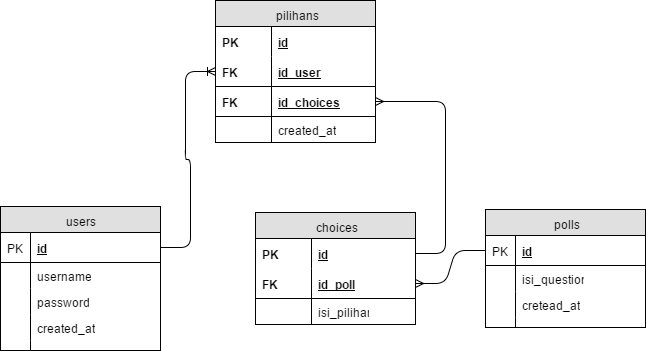
Before: SchemaPolling.png, a diagram exported from draw.io (darwins-fox-2017/schema-polling). Source tidied: cells renumbered, new cells last; positions are measured from the earlier drawing's top-left corner, leaving out a move shared by most shapes.
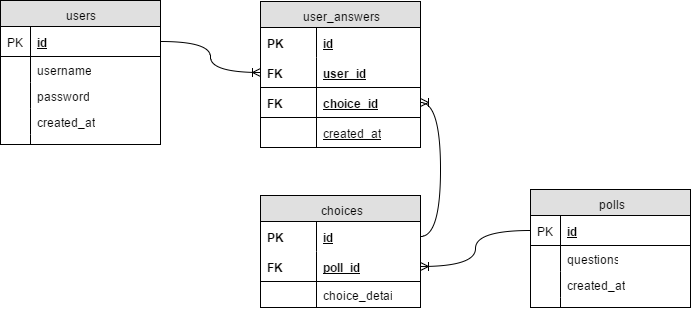
Above is the later version.

Diff of the diagram source:
```diff
@@ -5,3 +5,3 @@
     <mxCell id="2" value="users" style="swimlane;html=1;fontStyle=0;horizontal=1;startSize=26;fillColor=#e0e0e0;swimlaneFillColor=#ffffff;align=center;" parent="1" vertex="1">
-      <mxGeometry y="206" width="160" height="144" as="geometry" />
+      <mxGeometry x="-155" y="-1643" width="160" height="144" as="geometry" />
     </mxCell>
@@ -38,3 +38,3 @@
     <mxCell id="13" value="id" style="shape=partialRectangle;top=0;left=0;right=0;bottom=1;html=1;align=left;verticalAlign=middle;fillColor=none;spacingLeft=34;spacingRight=4;whiteSpace=wrap;overflow=hidden;points=[[0,0.5],[1,0.5]];portConstraint=eastwest;fontStyle=5;" parent="1" vertex="1">
-      <mxGeometry y="232" width="160" height="30" as="geometry" />
+      <mxGeometry x="-155" y="-1617" width="160" height="30" as="geometry" />
     </mxCell>
@@ -44,6 +44,6 @@
     <mxCell id="15" value="PK" style="shape=partialRectangle;top=0;left=0;bottom=0;html=1;fillColor=none;align=left;verticalAlign=middle;spacingLeft=4;spacingRight=4;whiteSpace=wrap;overflow=hidden;" parent="1" vertex="1">
-      <mxGeometry y="232" width="30" height="30" as="geometry" />
+      <mxGeometry x="-155" y="-1617" width="30" height="30" as="geometry" />
     </mxCell>
     <mxCell id="16" value="username" style="shape=partialRectangle;top=0;left=0;right=0;bottom=0;html=1;align=left;verticalAlign=top;fillColor=none;spacingLeft=34;spacingRight=4;whiteSpace=wrap;overflow=hidden;" parent="1" vertex="1">
-      <mxGeometry y="262" width="160" height="26" as="geometry" />
+      <mxGeometry x="-155" y="-1587" width="160" height="26" as="geometry" />
     </mxCell>
@@ -53,6 +53,6 @@
     <mxCell id="18" style="shape=partialRectangle;top=0;left=0;bottom=0;html=1;fillColor=none;align=left;verticalAlign=top;spacingLeft=4;spacingRight=4;whiteSpace=wrap;overflow=hidden;" parent="1" vertex="1">
-      <mxGeometry y="262" width="30" height="26" as="geometry" />
+      <mxGeometry x="-155" y="-1587" width="30" height="26" as="geometry" />
     </mxCell>
     <mxCell id="19" value="password" style="shape=partialRectangle;top=0;left=0;right=0;bottom=0;html=1;align=left;verticalAlign=top;fillColor=none;spacingLeft=34;spacingRight=4;whiteSpace=wrap;overflow=hidden;" parent="1" vertex="1">
-      <mxGeometry y="288" width="160" height="26" as="geometry" />
+      <mxGeometry x="-155" y="-1561" width="160" height="26" as="geometry" />
     </mxCell>
@@ -62,6 +62,6 @@
     <mxCell id="21" style="shape=partialRectangle;top=0;left=0;bottom=0;html=1;fillColor=none;align=left;verticalAlign=top;spacingLeft=4;spacingRight=4;whiteSpace=wrap;overflow=hidden;" parent="1" vertex="1">
-      <mxGeometry y="288" width="30" height="26" as="geometry" />
+      <mxGeometry x="-155" y="-1561" width="30" height="26" as="geometry" />
     </mxCell>
     <mxCell id="22" value="created_at" style="shape=partialRectangle;top=0;left=0;right=0;bottom=0;html=1;align=left;verticalAlign=top;fillColor=none;spacingLeft=34;spacingRight=4;whiteSpace=wrap;overflow=hidden;" parent="1" vertex="1">
-      <mxGeometry y="314" width="160" height="26" as="geometry" />
+      <mxGeometry x="-155" y="-1535" width="160" height="26" as="geometry" />
     </mxCell>
@@ -71,6 +71,6 @@
     <mxCell id="24" style="shape=partialRectangle;top=0;left=0;bottom=0;html=1;fillColor=none;align=left;verticalAlign=top;spacingLeft=4;spacingRight=4;whiteSpace=wrap;overflow=hidden;" parent="1" vertex="1">
-      <mxGeometry y="314" width="30" height="26" as="geometry" />
+      <mxGeometry x="-155" y="-1535" width="30" height="26" as="geometry" />
     </mxCell>
     <mxCell id="25" style="shape=partialRectangle;top=0;left=0;right=0;bottom=0;html=1;align=left;verticalAlign=top;fillColor=none;spacingLeft=34;spacingRight=4;whiteSpace=wrap;overflow=hidden;" parent="1" vertex="1">
-      <mxGeometry y="340" width="160" height="10" as="geometry" />
+      <mxGeometry x="-155" y="-1509" width="160" height="10" as="geometry" />
     </mxCell>
@@ -80,6 +80,6 @@
     <mxCell id="27" style="shape=partialRectangle;top=0;left=0;bottom=0;html=1;fillColor=none;align=left;verticalAlign=top;spacingLeft=4;spacingRight=4;whiteSpace=wrap;overflow=hidden;" parent="1" vertex="1">
-      <mxGeometry y="340" width="30" height="10" as="geometry" />
+      <mxGeometry x="-155" y="-1509" width="30" height="10" as="geometry" />
     </mxCell>
     <mxCell id="28" value="polls" style="swimlane;html=1;fontStyle=0;horizontal=1;startSize=26;fillColor=#e0e0e0;swimlaneFillColor=#ffffff;align=center;" parent="1" vertex="1">
-      <mxGeometry x="485" y="209" width="160" height="118" as="geometry" />
+      <mxGeometry x="375" y="-1454" width="160" height="118" as="geometry" />
     </mxCell>
@@ -91,3 +91,3 @@
     </mxCell>
-    <mxCell id="31" value="isi_question" style="shape=partialRectangle;top=0;left=0;right=0;bottom=0;html=1;align=left;verticalAlign=top;fillColor=none;spacingLeft=34;spacingRight=4;whiteSpace=wrap;overflow=hidden;" parent="28" vertex="1">
+    <mxCell id="31" value="questions" style="shape=partialRectangle;top=0;left=0;right=0;bottom=0;html=1;align=left;verticalAlign=top;fillColor=none;spacingLeft=34;spacingRight=4;whiteSpace=wrap;overflow=hidden;" parent="28" vertex="1">
       <mxGeometry y="56" width="160" height="26" as="geometry" />
@@ -97,3 +97,3 @@
     </mxCell>
-    <mxCell id="33" value="cretead_at" style="shape=partialRectangle;top=0;left=0;right=0;bottom=0;html=1;align=left;verticalAlign=top;fillColor=none;spacingLeft=34;spacingRight=4;whiteSpace=wrap;overflow=hidden;" parent="28" vertex="1">
+    <mxCell id="33" value="created_at" style="shape=partialRectangle;top=0;left=0;right=0;bottom=0;html=1;align=left;verticalAlign=top;fillColor=none;spacingLeft=34;spacingRight=4;whiteSpace=wrap;overflow=hidden;" parent="28" vertex="1">
       <mxGeometry y="82" width="160" height="26" as="geometry" />
@@ -110,3 +110,3 @@
     <mxCell id="37" value="id" style="shape=partialRectangle;top=0;left=0;right=0;bottom=1;html=1;align=left;verticalAlign=middle;fillColor=none;spacingLeft=34;spacingRight=4;whiteSpace=wrap;overflow=hidden;points=[[0,0.5],[1,0.5]];portConstraint=eastwest;fontStyle=5;" parent="1" vertex="1">
-      <mxGeometry x="485" y="235" width="160" height="30" as="geometry" />
+      <mxGeometry x="375" y="-1428" width="160" height="30" as="geometry" />
     </mxCell>
@@ -116,6 +116,6 @@
     <mxCell id="39" value="PK" style="shape=partialRectangle;top=0;left=0;bottom=0;html=1;fillColor=none;align=left;verticalAlign=middle;spacingLeft=4;spacingRight=4;whiteSpace=wrap;overflow=hidden;" parent="1" vertex="1">
-      <mxGeometry x="485" y="235" width="30" height="30" as="geometry" />
+      <mxGeometry x="375" y="-1428" width="30" height="30" as="geometry" />
     </mxCell>
-    <mxCell id="40" value="isi_question" style="shape=partialRectangle;top=0;left=0;right=0;bottom=0;html=1;align=left;verticalAlign=top;fillColor=none;spacingLeft=34;spacingRight=4;whiteSpace=wrap;overflow=hidden;" parent="1" vertex="1">
-      <mxGeometry x="485" y="265" width="160" height="26" as="geometry" />
+    <mxCell id="40" value="questions" style="shape=partialRectangle;top=0;left=0;right=0;bottom=0;html=1;align=left;verticalAlign=top;fillColor=none;spacingLeft=34;spacingRight=4;whiteSpace=wrap;overflow=hidden;" parent="1" vertex="1">
+      <mxGeometry x="375" y="-1398" width="160" height="26" as="geometry" />
     </mxCell>
@@ -125,6 +125,6 @@
     <mxCell id="42" style="shape=partialRectangle;top=0;left=0;bottom=0;html=1;fillColor=none;align=left;verticalAlign=top;spacingLeft=4;spacingRight=4;whiteSpace=wrap;overflow=hidden;" parent="1" vertex="1">
-      <mxGeometry x="485" y="265" width="30" height="26" as="geometry" />
+      <mxGeometry x="375" y="-1398" width="30" height="26" as="geometry" />
     </mxCell>
-    <mxCell id="43" value="cretead_at" style="shape=partialRectangle;top=0;left=0;right=0;bottom=0;html=1;align=left;verticalAlign=top;fillColor=none;spacingLeft=34;spacingRight=4;whiteSpace=wrap;overflow=hidden;" parent="1" vertex="1">
-      <mxGeometry x="485" y="291" width="160" height="26" as="geometry" />
+    <mxCell id="43" value="created_at" style="shape=partialRectangle;top=0;left=0;right=0;bottom=0;html=1;align=left;verticalAlign=top;fillColor=none;spacingLeft=34;spacingRight=4;whiteSpace=wrap;overflow=hidden;" parent="1" vertex="1">
+      <mxGeometry x="375" y="-1372" width="160" height="26" as="geometry" />
     </mxCell>
@@ -134,6 +134,6 @@
     <mxCell id="45" style="shape=partialRectangle;top=0;left=0;bottom=0;html=1;fillColor=none;align=left;verticalAlign=top;spacingLeft=4;spacingRight=4;whiteSpace=wrap;overflow=hidden;" parent="1" vertex="1">
-      <mxGeometry x="485" y="291" width="30" height="26" as="geometry" />
+      <mxGeometry x="375" y="-1372" width="30" height="26" as="geometry" />
     </mxCell>
     <mxCell id="46" style="shape=partialRectangle;top=0;left=0;right=0;bottom=0;html=1;align=left;verticalAlign=top;fillColor=none;spacingLeft=34;spacingRight=4;whiteSpace=wrap;overflow=hidden;" parent="1" vertex="1">
-      <mxGeometry x="485" y="317" width="160" height="10" as="geometry" />
+      <mxGeometry x="375" y="-1346" width="160" height="10" as="geometry" />
     </mxCell>
@@ -143,6 +143,6 @@
     <mxCell id="48" style="shape=partialRectangle;top=0;left=0;bottom=0;html=1;fillColor=none;align=left;verticalAlign=top;spacingLeft=4;spacingRight=4;whiteSpace=wrap;overflow=hidden;" parent="1" vertex="1">
-      <mxGeometry x="485" y="317" width="30" height="10" as="geometry" />
+      <mxGeometry x="375" y="-1346" width="30" height="10" as="geometry" />
     </mxCell>
     <mxCell id="49" value="choices" style="swimlane;html=1;fontStyle=0;horizontal=1;startSize=26;fillColor=#e0e0e0;swimlaneFillColor=#ffffff;align=center;" parent="1" vertex="1">
-      <mxGeometry x="255" y="212" width="160" height="112" as="geometry" />
+      <mxGeometry x="105" y="-1448" width="160" height="112" as="geometry" />
     </mxCell>
@@ -154,3 +154,3 @@
     </mxCell>
-    <mxCell id="52" value="id_poll" style="shape=partialRectangle;top=0;left=0;right=0;bottom=1;html=1;align=left;verticalAlign=middle;fillColor=none;spacingLeft=60;spacingRight=4;whiteSpace=wrap;overflow=hidden;fontStyle=5;" parent="49" vertex="1">
+    <mxCell id="52" value="poll_id" style="shape=partialRectangle;top=0;left=0;right=0;bottom=1;html=1;align=left;verticalAlign=middle;fillColor=none;spacingLeft=60;spacingRight=4;whiteSpace=wrap;overflow=hidden;fontStyle=5;" parent="49" vertex="1">
       <mxGeometry y="56" width="160" height="30" as="geometry" />
@@ -160,3 +160,3 @@
     </mxCell>
-    <mxCell id="54" value="isi_pilihan" style="shape=partialRectangle;top=0;left=0;right=0;bottom=0;html=1;align=left;verticalAlign=top;fillColor=none;spacingLeft=60;spacingRight=4;whiteSpace=wrap;overflow=hidden;" parent="49" vertex="1">
+    <mxCell id="54" value="choice_detail" style="shape=partialRectangle;top=0;left=0;right=0;bottom=0;html=1;align=left;verticalAlign=top;fillColor=none;spacingLeft=60;spacingRight=4;whiteSpace=wrap;overflow=hidden;" parent="49" vertex="1">
       <mxGeometry y="86" width="160" height="26" as="geometry" />
@@ -167,3 +167,3 @@
     <mxCell id="56" value="id" style="shape=partialRectangle;top=0;left=0;right=0;bottom=0;html=1;align=left;verticalAlign=middle;fillColor=none;spacingLeft=60;spacingRight=4;whiteSpace=wrap;overflow=hidden;points=[[0,0.5],[1,0.5]];portConstraint=eastwest;fontStyle=5;" parent="1" vertex="1">
-      <mxGeometry x="255" y="238" width="160" height="30" as="geometry" />
+      <mxGeometry x="105" y="-1422" width="160" height="30" as="geometry" />
     </mxCell>
@@ -173,6 +173,6 @@
     <mxCell id="58" value="PK" style="shape=partialRectangle;fontStyle=1;top=0;left=0;bottom=0;html=1;fillColor=none;align=left;verticalAlign=middle;spacingLeft=4;spacingRight=4;whiteSpace=wrap;overflow=hidden;" parent="1" vertex="1">
-      <mxGeometry x="255" y="238" width="56" height="30" as="geometry" />
+      <mxGeometry x="105" y="-1422" width="56" height="30" as="geometry" />
     </mxCell>
-    <mxCell id="59" value="id_poll" style="shape=partialRectangle;top=0;left=0;right=0;bottom=1;html=1;align=left;verticalAlign=middle;fillColor=none;spacingLeft=60;spacingRight=4;whiteSpace=wrap;overflow=hidden;points=[[0,0.5],[1,0.5]];portConstraint=eastwest;fontStyle=5;" parent="1" vertex="1">
-      <mxGeometry x="255" y="268" width="160" height="30" as="geometry" />
+    <mxCell id="59" value="poll_id" style="shape=partialRectangle;top=0;left=0;right=0;bottom=1;html=1;align=left;verticalAlign=middle;fillColor=none;spacingLeft=60;spacingRight=4;whiteSpace=wrap;overflow=hidden;points=[[0,0.5],[1,0.5]];portConstraint=eastwest;fontStyle=5;" parent="1" vertex="1">
+      <mxGeometry x="105" y="-1392" width="160" height="30" as="geometry" />
     </mxCell>
@@ -182,6 +182,6 @@
     <mxCell id="61" value="FK" style="shape=partialRectangle;fontStyle=1;top=0;left=0;bottom=0;html=1;fillColor=none;align=left;verticalAlign=middle;spacingLeft=4;spacingRight=4;whiteSpace=wrap;overflow=hidden;" parent="1" vertex="1">
-      <mxGeometry x="255" y="268" width="56" height="30" as="geometry" />
+      <mxGeometry x="105" y="-1392" width="56" height="30" as="geometry" />
     </mxCell>
-    <mxCell id="62" value="isi_pilihan" style="shape=partialRectangle;top=0;left=0;right=0;bottom=0;html=1;align=left;verticalAlign=top;fillColor=none;spacingLeft=60;spacingRight=4;whiteSpace=wrap;overflow=hidden;" parent="1" vertex="1">
-      <mxGeometry x="255" y="298" width="160" height="26" as="geometry" />
+    <mxCell id="62" value="choice_detail" style="shape=partialRectangle;top=0;left=0;right=0;bottom=0;html=1;align=left;verticalAlign=top;fillColor=none;spacingLeft=60;spacingRight=4;whiteSpace=wrap;overflow=hidden;" parent="1" vertex="1">
+      <mxGeometry x="105" y="-1362" width="160" height="26" as="geometry" />
     </mxCell>
@@ -191,6 +191,6 @@
     <mxCell id="64" style="shape=partialRectangle;top=0;left=0;bottom=0;html=1;fillColor=none;align=left;verticalAlign=top;spacingLeft=4;spacingRight=4;whiteSpace=wrap;overflow=hidden;" parent="1" vertex="1">
-      <mxGeometry x="255" y="298" width="56" height="26" as="geometry" />
+      <mxGeometry x="105" y="-1362" width="56" height="26" as="geometry" />
     </mxCell>
-    <mxCell id="65" value="pilihans" style="swimlane;html=1;fontStyle=0;horizontal=1;startSize=26;fillColor=#e0e0e0;swimlaneFillColor=#ffffff;align=center;" parent="1" vertex="1">
-      <mxGeometry x="215" width="160" height="142" as="geometry" />
+    <mxCell id="65" value="user_answers" style="swimlane;html=1;fontStyle=0;horizontal=1;startSize=26;fillColor=#e0e0e0;swimlaneFillColor=#ffffff;align=center;" parent="1" vertex="1">
+      <mxGeometry x="105" y="-1642" width="160" height="146" as="geometry" />
     </mxCell>
@@ -202,3 +202,3 @@
     </mxCell>
-    <mxCell id="68" value="id_user" style="shape=partialRectangle;top=0;left=0;right=0;bottom=1;html=1;align=left;verticalAlign=middle;fillColor=none;spacingLeft=60;spacingRight=4;whiteSpace=wrap;overflow=hidden;fontStyle=5;" parent="65" vertex="1">
+    <mxCell id="68" value="user_id" style="shape=partialRectangle;top=0;left=0;right=0;bottom=1;html=1;align=left;verticalAlign=middle;fillColor=none;spacingLeft=60;spacingRight=4;whiteSpace=wrap;overflow=hidden;fontStyle=5;" parent="65" vertex="1">
       <mxGeometry y="56" width="160" height="30" as="geometry" />
@@ -208,3 +208,3 @@
     </mxCell>
-    <mxCell id="70" value="id_choices" style="shape=partialRectangle;top=0;left=0;right=0;bottom=1;html=1;align=left;verticalAlign=middle;fillColor=none;spacingLeft=60;spacingRight=4;whiteSpace=wrap;overflow=hidden;fontStyle=5;" parent="65" vertex="1">
+    <mxCell id="70" value="choice_id" style="shape=partialRectangle;top=0;left=0;right=0;bottom=1;html=1;align=left;verticalAlign=middle;fillColor=none;spacingLeft=60;spacingRight=4;whiteSpace=wrap;overflow=hidden;fontStyle=5;" parent="65" vertex="1">
       <mxGeometry y="86" width="160" height="30" as="geometry" />
@@ -214,10 +214,10 @@
     </mxCell>
-    <mxCell id="72" value="created_at" style="shape=partialRectangle;top=0;left=0;right=0;bottom=0;html=1;align=left;verticalAlign=top;fillColor=none;spacingLeft=60;spacingRight=4;whiteSpace=wrap;overflow=hidden;" parent="65" vertex="1">
-      <mxGeometry y="116" width="160" height="26" as="geometry" />
+    <mxCell id="72" value="&lt;span style=&quot;font-weight: normal&quot;&gt;created_at&lt;/span&gt;&lt;br&gt;" style="shape=partialRectangle;top=0;left=0;right=0;bottom=1;html=1;align=left;verticalAlign=middle;fillColor=none;spacingLeft=60;spacingRight=4;whiteSpace=wrap;overflow=hidden;fontStyle=5;" parent="65" vertex="1">
+      <mxGeometry y="116" width="160" height="30" as="geometry" />
     </mxCell>
-    <mxCell id="73" style="shape=partialRectangle;top=0;left=0;bottom=0;html=1;fillColor=none;align=left;verticalAlign=top;spacingLeft=4;spacingRight=4;whiteSpace=wrap;overflow=hidden;" parent="72" vertex="1">
-      <mxGeometry width="56" height="26" as="geometry" />
+    <mxCell id="73" style="shape=partialRectangle;fontStyle=1;top=0;left=0;bottom=0;html=1;fillColor=none;align=left;verticalAlign=middle;spacingLeft=4;spacingRight=4;whiteSpace=wrap;overflow=hidden;" parent="72" vertex="1">
+      <mxGeometry width="56" height="30" as="geometry" />
     </mxCell>
     <mxCell id="74" value="id" style="shape=partialRectangle;top=0;left=0;right=0;bottom=0;html=1;align=left;verticalAlign=middle;fillColor=none;spacingLeft=60;spacingRight=4;whiteSpace=wrap;overflow=hidden;fontStyle=5;" parent="1" vertex="1">
-      <mxGeometry x="215" y="26" width="160" height="30" as="geometry" />
+      <mxGeometry x="105" y="-1616" width="160" height="30" as="geometry" />
     </mxCell>
@@ -227,6 +227,6 @@
     <mxCell id="76" value="PK" style="shape=partialRectangle;fontStyle=1;top=0;left=0;bottom=0;html=1;fillColor=none;align=left;verticalAlign=middle;spacingLeft=4;spacingRight=4;whiteSpace=wrap;overflow=hidden;" parent="1" vertex="1">
-      <mxGeometry x="215" y="26" width="56" height="30" as="geometry" />
+      <mxGeometry x="105" y="-1616" width="56" height="30" as="geometry" />
     </mxCell>
-    <mxCell id="77" value="id_user" style="shape=partialRectangle;top=0;left=0;right=0;bottom=1;html=1;align=left;verticalAlign=middle;fillColor=none;spacingLeft=60;spacingRight=4;whiteSpace=wrap;overflow=hidden;points=[[0,0.5],[1,0.5]];portConstraint=eastwest;fontStyle=5;" parent="1" vertex="1">
-      <mxGeometry x="215" y="56" width="160" height="30" as="geometry" />
+    <mxCell id="77" value="user_id" style="shape=partialRectangle;top=0;left=0;right=0;bottom=1;html=1;align=left;verticalAlign=middle;fillColor=none;spacingLeft=60;spacingRight=4;whiteSpace=wrap;overflow=hidden;points=[[0,0.5],[1,0.5]];portConstraint=eastwest;fontStyle=5;" parent="1" vertex="1">
+      <mxGeometry x="105" y="-1586" width="160" height="30" as="geometry" />
     </mxCell>
@@ -236,6 +236,6 @@
     <mxCell id="79" value="FK" style="shape=partialRectangle;fontStyle=1;top=0;left=0;bottom=0;html=1;fillColor=none;align=left;verticalAlign=middle;spacingLeft=4;spacingRight=4;whiteSpace=wrap;overflow=hidden;" parent="1" vertex="1">
-      <mxGeometry x="215" y="56" width="56" height="30" as="geometry" />
+      <mxGeometry x="105" y="-1586" width="56" height="30" as="geometry" />
     </mxCell>
-    <mxCell id="80" value="id_choices" style="shape=partialRectangle;top=0;left=0;right=0;bottom=1;html=1;align=left;verticalAlign=middle;fillColor=none;spacingLeft=60;spacingRight=4;whiteSpace=wrap;overflow=hidden;points=[[0,0.5],[1,0.5]];portConstraint=eastwest;fontStyle=5;" parent="1" vertex="1">
-      <mxGeometry x="215" y="86" width="160" height="30" as="geometry" />
+    <mxCell id="80" value="choice_id" style="shape=partialRectangle;top=0;left=0;right=0;bottom=1;html=1;align=left;verticalAlign=middle;fillColor=none;spacingLeft=60;spacingRight=4;whiteSpace=wrap;overflow=hidden;points=[[0,0.5],[1,0.5]];portConstraint=eastwest;fontStyle=5;" parent="1" vertex="1">
+      <mxGeometry x="105" y="-1556" width="160" height="30" as="geometry" />
     </mxCell>
@@ -245,21 +245,21 @@
     <mxCell id="82" value="FK" style="shape=partialRectangle;fontStyle=1;top=0;left=0;bottom=0;html=1;fillColor=none;align=left;verticalAlign=middle;spacingLeft=4;spacingRight=4;whiteSpace=wrap;overflow=hidden;" parent="1" vertex="1">
-      <mxGeometry x="215" y="86" width="56" height="30" as="geometry" />
+      <mxGeometry x="105" y="-1556" width="56" height="30" as="geometry" />
     </mxCell>
-    <mxCell id="83" value="created_at" style="shape=partialRectangle;top=0;left=0;right=0;bottom=0;html=1;align=left;verticalAlign=top;fillColor=none;spacingLeft=60;spacingRight=4;whiteSpace=wrap;overflow=hidden;" parent="1" vertex="1">
-      <mxGeometry x="215" y="116" width="160" height="26" as="geometry" />
+    <mxCell id="83" value="&lt;span style=&quot;font-weight: normal&quot;&gt;created_at&lt;/span&gt;&lt;br&gt;" style="shape=partialRectangle;top=0;left=0;right=0;bottom=1;html=1;align=left;verticalAlign=middle;fillColor=none;spacingLeft=60;spacingRight=4;whiteSpace=wrap;overflow=hidden;fontStyle=5;" parent="1" vertex="1">
+      <mxGeometry x="105" y="-1526" width="160" height="30" as="geometry" />
     </mxCell>
-    <mxCell id="84" style="shape=partialRectangle;top=0;left=0;bottom=0;html=1;fillColor=none;align=left;verticalAlign=top;spacingLeft=4;spacingRight=4;whiteSpace=wrap;overflow=hidden;" parent="83" vertex="1">
-      <mxGeometry width="56" height="26" as="geometry" />
+    <mxCell id="84" style="shape=partialRectangle;fontStyle=1;top=0;left=0;bottom=0;html=1;fillColor=none;align=left;verticalAlign=middle;spacingLeft=4;spacingRight=4;whiteSpace=wrap;overflow=hidden;" parent="83" vertex="1">
+      <mxGeometry width="56" height="30" as="geometry" />
     </mxCell>
-    <mxCell id="85" style="shape=partialRectangle;top=0;left=0;bottom=0;html=1;fillColor=none;align=left;verticalAlign=top;spacingLeft=4;spacingRight=4;whiteSpace=wrap;overflow=hidden;" parent="1" vertex="1">
-      <mxGeometry x="215" y="116" width="56" height="26" as="geometry" />
+    <mxCell id="85" style="shape=partialRectangle;fontStyle=1;top=0;left=0;bottom=0;html=1;fillColor=none;align=left;verticalAlign=middle;spacingLeft=4;spacingRight=4;whiteSpace=wrap;overflow=hidden;" parent="1" vertex="1">
+      <mxGeometry x="105" y="-1526" width="56" height="30" as="geometry" />
     </mxCell>
-    <mxCell id="86" style="edgeStyle=entityRelationEdgeStyle;html=1;endArrow=ERoneToMany;entryX=0;entryY=0.5;" parent="1" edge="1" source="13" target="77">
-      <mxGeometry x="335" y="1745" as="geometry" />
+    <mxCell id="86" style="edgeStyle=orthogonalEdgeStyle;curved=1;rounded=0;html=1;exitX=0;exitY=0.5;entryX=1;entryY=0.5;startArrow=ERoneToMany;startFill=0;endArrow=none;endFill=0;jettySize=auto;" parent="1" edge="1" source="77" target="13">
+      <mxGeometry x="180" y="72" as="geometry" />
     </mxCell>
-    <mxCell id="87" style="edgeStyle=entityRelationEdgeStyle;html=1;endArrow=none;startArrow=ERmany;startFill=0;endFill=0;entryX=0;entryY=0.5;exitX=1;exitY=0.5;" parent="1" edge="1" source="59" target="37">
-      <mxGeometry x="590" y="1924" as="geometry" />
+    <mxCell id="87" style="edgeStyle=orthogonalEdgeStyle;curved=1;rounded=0;html=1;exitX=1;exitY=0.5;startArrow=ERoneToMany;startFill=0;endArrow=none;endFill=0;jettySize=auto;" parent="1" edge="1" source="80" target="56">
+      <mxGeometry x="440" y="133" as="geometry" />
     </mxCell>
-    <mxCell id="88" style="edgeStyle=entityRelationEdgeStyle;html=1;endArrow=ERmany;endFill=0;exitX=1;exitY=0.5;startArrow=none;startFill=0;" parent="1" edge="1" source="56" target="80">
-      <mxGeometry x="550" y="1775" as="geometry" />
+    <mxCell id="88" style="edgeStyle=orthogonalEdgeStyle;curved=1;rounded=0;html=1;exitX=1;exitY=0.5;entryX=0;entryY=0.5;startArrow=ERoneToMany;startFill=0;endArrow=none;endFill=0;jettySize=auto;" parent="1" edge="1" source="59" target="37">
+      <mxGeometry x="440" y="261" as="geometry" />
     </mxCell>
```
